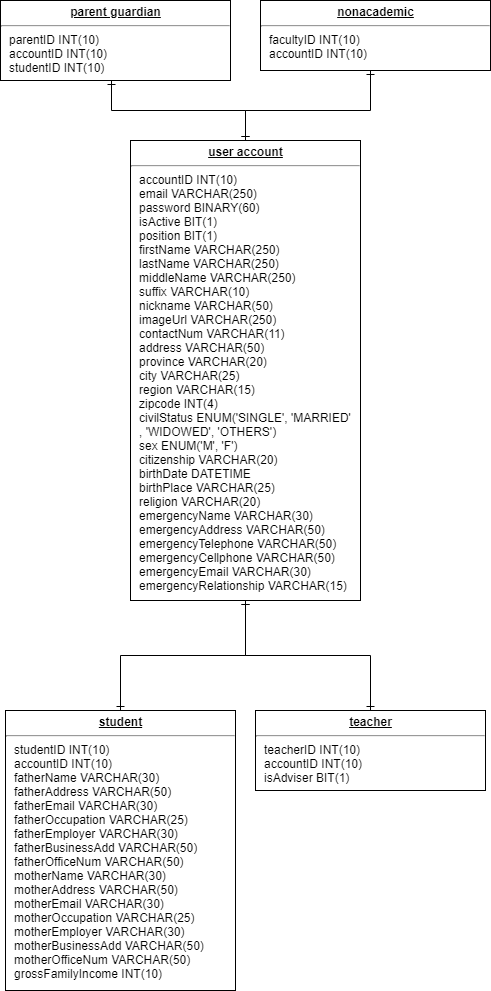
Above: SP/User.png in blankart/dhla-web-app (draw.io), before the change. Source tidied: cells renumbered, new cells last; positions are measured from the earlier drawing's top-left corner, leaving out a move shared by most shapes.
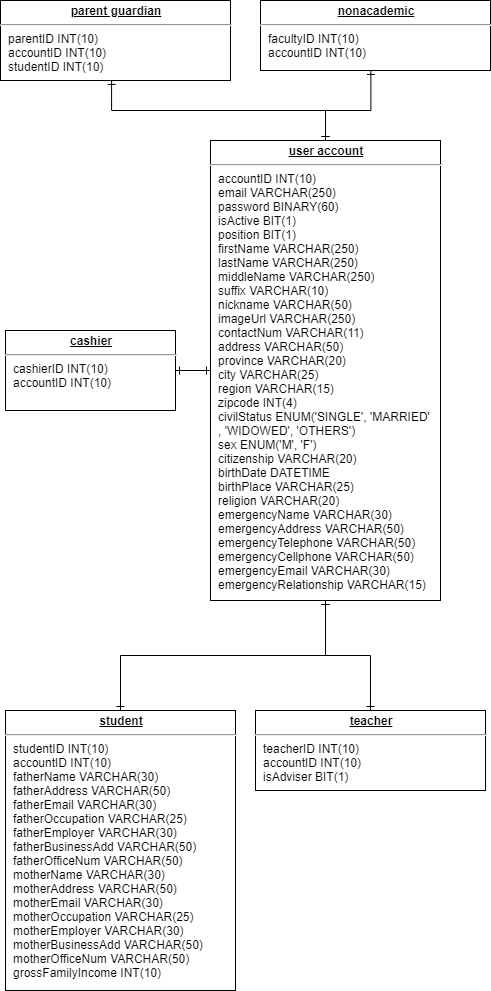
Above is the later version.

Diff of the diagram source:
```diff
@@ -3,7 +3,7 @@
     <mxCell id="0" />
     <mxCell id="1" parent="0" />
     <mxCell id="2" value="&lt;p style=&quot;margin: 0px ; margin-top: 4px ; text-align: center ; text-decoration: underline&quot;&gt;&lt;b&gt;user account&lt;/b&gt;&lt;/p&gt;&lt;hr&gt;&lt;p style=&quot;margin: 0px ; margin-left: 8px&quot;&gt;accountID INT(10)&lt;/p&gt;&lt;p style=&quot;margin: 0px ; margin-left: 8px&quot;&gt;email VARCHAR(250)&lt;/p&gt;&lt;p style=&quot;margin: 0px ; margin-left: 8px&quot;&gt;password BINARY(60)&lt;/p&gt;&lt;p style=&quot;margin: 0px ; margin-left: 8px&quot;&gt;isActive BIT(1)&lt;/p&gt;&lt;p style=&quot;margin: 0px ; margin-left: 8px&quot;&gt;position BIT(1)&lt;/p&gt;&lt;p style=&quot;margin: 0px ; margin-left: 8px&quot;&gt;firstName VARCHAR(250)&lt;/p&gt;&lt;p style=&quot;margin: 0px ; margin-left: 8px&quot;&gt;lastName VARCHAR(250)&lt;/p&gt;&lt;p style=&quot;margin: 0px ; margin-left: 8px&quot;&gt;middleName VARCHAR(250)&lt;/p&gt;&lt;p style=&quot;margin: 0px ; margin-left: 8px&quot;&gt;suffix VARCHAR(10)&lt;/p&gt;&lt;p style=&quot;margin: 0px ; margin-left: 8px&quot;&gt;nickname VARCHAR(50)&lt;/p&gt;&lt;p style=&quot;margin: 0px ; margin-left: 8px&quot;&gt;imageUrl VARCHAR(250)&lt;/p&gt;&lt;p style=&quot;margin: 0px ; margin-left: 8px&quot;&gt;contactNum VARCHAR(11)&lt;/p&gt;&lt;p style=&quot;margin: 0px ; margin-left: 8px&quot;&gt;address VARCHAR(50)&lt;/p&gt;&lt;p style=&quot;margin: 0px ; margin-left: 8px&quot;&gt;province VARCHAR(20)&lt;/p&gt;&lt;p style=&quot;margin: 0px ; margin-left: 8px&quot;&gt;city VARCHAR(25)&lt;/p&gt;&lt;p style=&quot;margin: 0px ; margin-left: 8px&quot;&gt;region VARCHAR(15)&lt;/p&gt;&lt;p style=&quot;margin: 0px ; margin-left: 8px&quot;&gt;zipcode INT(4)&lt;/p&gt;&lt;p style=&quot;margin: 0px ; margin-left: 8px&quot;&gt;civilStatus ENUM('SINGLE', 'MARRIED'&lt;span&gt;&amp;nbsp;&lt;/span&gt;&lt;/p&gt;&lt;p style=&quot;margin: 0px ; margin-left: 8px&quot;&gt;&lt;span&gt;, 'WIDOWED', 'OTHERS')&lt;/span&gt;&lt;/p&gt;&lt;p style=&quot;margin: 0px ; margin-left: 8px&quot;&gt;&lt;span&gt;sex ENUM('M', 'F')&lt;/span&gt;&lt;/p&gt;&lt;p style=&quot;margin: 0px ; margin-left: 8px&quot;&gt;&lt;span&gt;citizenship VARCHAR(20)&lt;/span&gt;&lt;/p&gt;&lt;p style=&quot;margin: 0px ; margin-left: 8px&quot;&gt;&lt;span&gt;birthDate DATETIME&lt;/span&gt;&lt;/p&gt;&lt;p style=&quot;margin: 0px ; margin-left: 8px&quot;&gt;&lt;span&gt;birthPlace VARCHAR(25)&lt;/span&gt;&lt;/p&gt;&lt;p style=&quot;margin: 0px ; margin-left: 8px&quot;&gt;&lt;span&gt;religion VARCHAR(20)&lt;/span&gt;&lt;/p&gt;&lt;p style=&quot;margin: 0px ; margin-left: 8px&quot;&gt;&lt;span&gt;emergencyName VARCHAR(30)&lt;/span&gt;&lt;/p&gt;&lt;p style=&quot;margin: 0px ; margin-left: 8px&quot;&gt;&lt;span&gt;emergencyAddress VARCHAR(50)&lt;/span&gt;&lt;/p&gt;&lt;p style=&quot;margin: 0px ; margin-left: 8px&quot;&gt;&lt;span&gt;emergencyTelephone VARCHAR(50)&lt;/span&gt;&lt;/p&gt;&lt;p style=&quot;margin: 0px ; margin-left: 8px&quot;&gt;&lt;span&gt;emergencyCellphone VARCHAR(50)&lt;/span&gt;&lt;/p&gt;&lt;p style=&quot;margin: 0px ; margin-left: 8px&quot;&gt;&lt;span&gt;emergencyEmail VARCHAR(30)&lt;/span&gt;&lt;/p&gt;&lt;p style=&quot;margin: 0px ; margin-left: 8px&quot;&gt;&lt;span&gt;emergencyRelationship VARCHAR(15)&lt;/span&gt;&lt;/p&gt;&lt;p style=&quot;margin: 0px ; margin-left: 8px&quot;&gt;&lt;span&gt;&lt;br&gt;&lt;/span&gt;&lt;/p&gt;&lt;p style=&quot;margin: 0px ; margin-left: 8px&quot;&gt;&lt;br&gt;&lt;/p&gt;" style="verticalAlign=top;align=left;overflow=fill;fontSize=12;fontFamily=Helvetica;html=1;rounded=0;shadow=0;comic=0;labelBackgroundColor=none;strokeColor=#000000;strokeWidth=1;fillColor=#ffffff;" parent="1" vertex="1">
-      <mxGeometry x="130" y="140" width="230" height="460" as="geometry" />
+      <mxGeometry x="210" y="140" width="230" height="460" as="geometry" />
     </mxCell>
     <mxCell id="3" value="&lt;p style=&quot;margin: 0px ; margin-top: 4px ; text-align: center ; text-decoration: underline&quot;&gt;&lt;b&gt;student&lt;/b&gt;&lt;/p&gt;&lt;hr&gt;&lt;p style=&quot;margin: 0px ; margin-left: 8px&quot;&gt;studentID INT(10)&lt;/p&gt;&lt;p style=&quot;margin: 0px ; margin-left: 8px&quot;&gt;accountID INT(10)&lt;/p&gt;&lt;p style=&quot;margin: 0px ; margin-left: 8px&quot;&gt;fatherName VARCHAR(30)&lt;/p&gt;&lt;p style=&quot;margin: 0px ; margin-left: 8px&quot;&gt;fatherAddress VARCHAR(50)&lt;/p&gt;&lt;p style=&quot;margin: 0px ; margin-left: 8px&quot;&gt;fatherEmail VARCHAR(30)&lt;/p&gt;&lt;p style=&quot;margin: 0px ; margin-left: 8px&quot;&gt;fatherOccupation VARCHAR(25)&lt;/p&gt;&lt;p style=&quot;margin: 0px ; margin-left: 8px&quot;&gt;fatherEmployer VARCHAR(30)&lt;/p&gt;&lt;p style=&quot;margin: 0px ; margin-left: 8px&quot;&gt;fatherBusinessAdd VARCHAR(50)&lt;/p&gt;&lt;p style=&quot;margin: 0px ; margin-left: 8px&quot;&gt;fatherOfficeNum VARCHAR(50)&lt;/p&gt;&lt;p style=&quot;margin: 0px 0px 0px 8px&quot;&gt;motherName VARCHAR(30)&lt;/p&gt;&lt;p style=&quot;margin: 0px 0px 0px 8px&quot;&gt;motherAddress VARCHAR(50)&lt;/p&gt;&lt;p style=&quot;margin: 0px 0px 0px 8px&quot;&gt;motherEmail VARCHAR(30)&lt;/p&gt;&lt;p style=&quot;margin: 0px 0px 0px 8px&quot;&gt;motherOccupation VARCHAR(25)&lt;/p&gt;&lt;p style=&quot;margin: 0px 0px 0px 8px&quot;&gt;motherEmployer VARCHAR(30)&lt;/p&gt;&lt;p style=&quot;margin: 0px 0px 0px 8px&quot;&gt;motherBusinessAdd VARCHAR(50)&lt;/p&gt;&lt;p style=&quot;margin: 0px 0px 0px 8px&quot;&gt;motherOfficeNum VARCHAR(50)&lt;/p&gt;&lt;p style=&quot;margin: 0px 0px 0px 8px&quot;&gt;grossFamilyIncome INT(10)&lt;/p&gt;&lt;p style=&quot;margin: 0px ; margin-left: 8px&quot;&gt;&lt;br&gt;&lt;/p&gt;" style="verticalAlign=top;align=left;overflow=fill;fontSize=12;fontFamily=Helvetica;html=1;rounded=0;shadow=0;comic=0;labelBackgroundColor=none;strokeColor=#000000;strokeWidth=1;fillColor=#ffffff;" parent="1" vertex="1">
       <mxGeometry x="5" y="710" width="230" height="280" as="geometry" />
@@ -30,9 +30,17 @@
       <mxGeometry relative="1" as="geometry">
         <Array as="points">
           <mxPoint x="370" y="110" />
-          <mxPoint x="245" y="110" />
+          <mxPoint x="325" y="110" />
         </Array>
       </mxGeometry>
     </mxCell>
+    <mxCell id="11" value="&lt;p style=&quot;margin: 0px ; margin-top: 4px ; text-align: center ; text-decoration: underline&quot;&gt;&lt;b&gt;cashier&lt;/b&gt;&lt;/p&gt;&lt;hr&gt;&lt;p style=&quot;margin: 0px ; margin-left: 8px&quot;&gt;cashierID INT(10)&lt;/p&gt;&lt;p style=&quot;margin: 0px ; margin-left: 8px&quot;&gt;accountID INT(10)&lt;/p&gt;&lt;p style=&quot;margin: 0px ; margin-left: 8px&quot;&gt;&lt;br&gt;&lt;/p&gt;&lt;p style=&quot;margin: 0px ; margin-left: 8px&quot;&gt;&lt;br&gt;&lt;/p&gt;&lt;p style=&quot;margin: 0px ; margin-left: 8px&quot;&gt;&lt;br&gt;&lt;/p&gt;&lt;p style=&quot;margin: 0px ; margin-left: 8px&quot;&gt;&lt;br&gt;&lt;/p&gt;" style="verticalAlign=top;align=left;overflow=fill;fontSize=12;fontFamily=Helvetica;html=1;rounded=0;shadow=0;comic=0;labelBackgroundColor=none;strokeColor=#000000;strokeWidth=1;fillColor=#ffffff;" parent="1" vertex="1">
+      <mxGeometry x="5" y="330" width="170" height="80" as="geometry" />
+    </mxCell>
+    <mxCell id="12" style="endArrow=ERone;html=1;edgeStyle=orthogonalEdgeStyle;rounded=0;startArrow=ERone;startFill=0;endFill=0;exitX=1;exitY=0.5;exitDx=0;exitDy=0;" parent="1" edge="1" source="11">
+      <mxGeometry relative="1" as="geometry">
+        <mxPoint x="210" y="370" as="targetPoint" />
+      </mxGeometry>
+    </mxCell>
   </root>
 </mxGraphModel>
```
